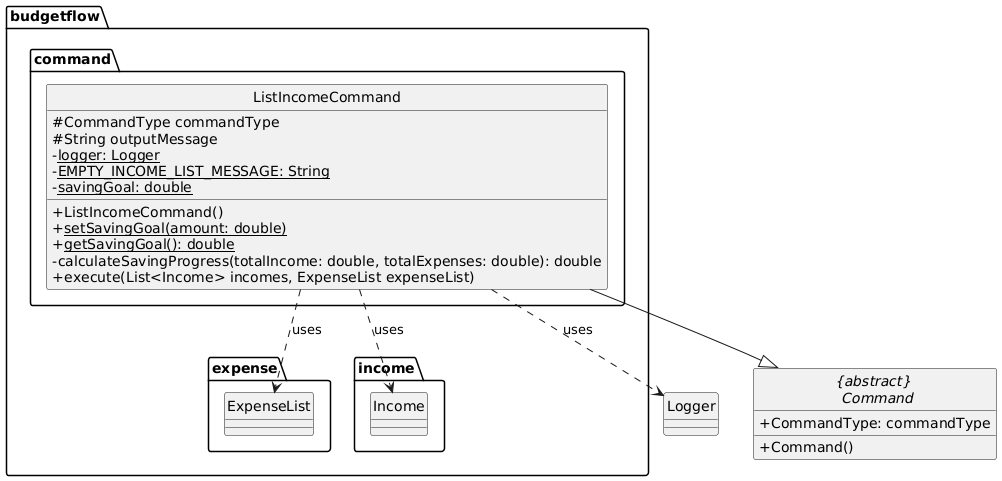
This is docs/diagrams/ListIncomeCommandClass.png from thienkimtranhoang/tp, a PlantUML export, as it was before one commit. Its diagram source:
```plantuml
@startuml
hide circle
skinparam classAttributeIconSize 0

package budgetflow.command {
    class ListIncomeCommand {
        # CommandType commandType
        # String outputMessage
        - <u>logger: Logger</u>
        - <u>EMPTY_INCOME_LIST_MESSAGE: String</u>
        - <u>savingGoal: double</u>
        + ListIncomeCommand()
        + <u>setSavingGoal(amount: double)</u>
        + <u>getSavingGoal(): double</u>
        - calculateSavingProgress(totalIncome: double, totalExpenses: double): double
        + execute(List<Income> incomes, ExpenseList expenseList)
    }
}

package budgetflow.expense {
    class ExpenseList
}

package budgetflow.income {
    class Income
}

class Logger

abstract class "{abstract} \n Command" {
    + CommandType: commandType
    + Command()
}

ListIncomeCommand --|> "{abstract} \n Command"
ListIncomeCommand ..> Income : uses
ListIncomeCommand ..> ExpenseList : uses
ListIncomeCommand ..> Logger : uses
@enduml
```
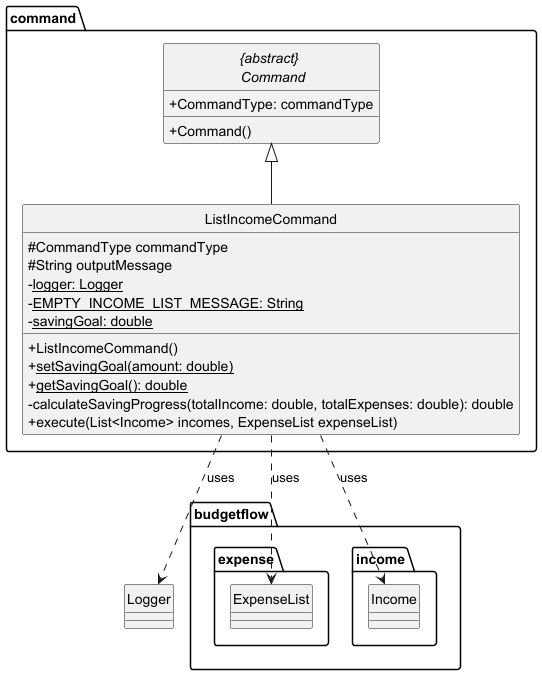
The same diagram one commit later.

Commit message:
update puml for abstract classes to have {abstract} and some sequence diagrams to be updated with ":"

What changed in the source:
```diff
@@ -2,7 +2,7 @@
 hide circle
 skinparam classAttributeIconSize 0
 
-package budgetflow.command {
+package command {
     class ListIncomeCommand {
         # CommandType commandType
         # String outputMessage
@@ -14,6 +14,10 @@
         + <u>getSavingGoal(): double</u>
         - calculateSavingProgress(totalIncome: double, totalExpenses: double): double
         + execute(List<Income> incomes, ExpenseList expenseList)
+    }
+    abstract class "{abstract} \n Command" {
+        + CommandType: commandType
+        + Command()
     }
 }
 
@@ -27,12 +31,9 @@
 
 class Logger
 
-abstract class "{abstract} \n Command" {
-    + CommandType: commandType
-    + Command()
-}
 
-ListIncomeCommand --|> "{abstract} \n Command"
+
+ "{abstract} \n Command" <|-- ListIncomeCommand
 ListIncomeCommand ..> Income : uses
 ListIncomeCommand ..> ExpenseList : uses
 ListIncomeCommand ..> Logger : uses
```
